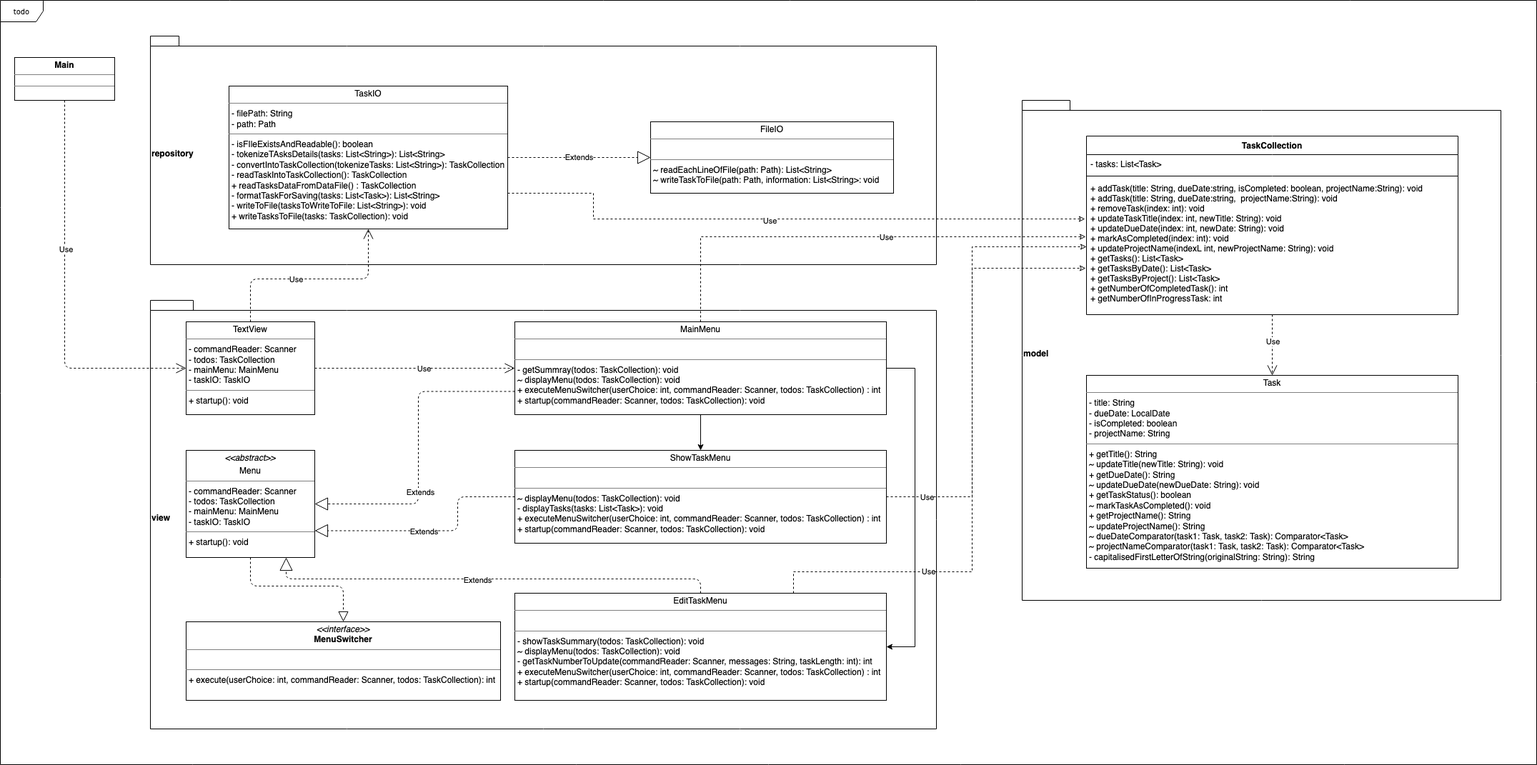
Before: Class Diagram.png, a diagram exported from draw.io (estherchee/ToDo). Source tidied: cells renumbered, new cells last; positions are measured from the earlier drawing's top-left corner, leaving out a move shared by most shapes.
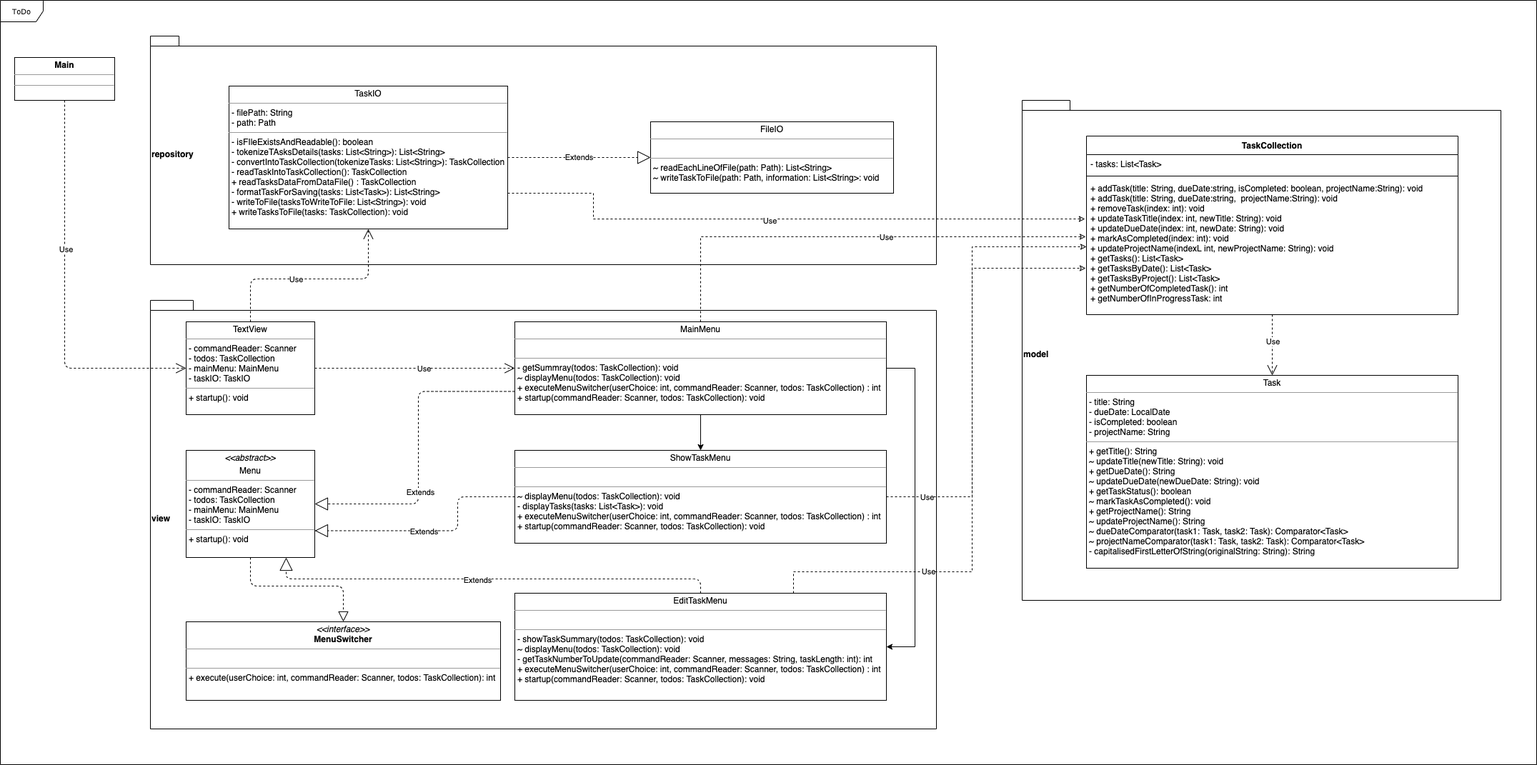
The same file after the commit.

Change to the diagram source:
```diff
@@ -2,7 +2,7 @@
   <root>
     <mxCell id="0" />
     <mxCell id="1" parent="0" />
-    <mxCell id="2" value="todo" style="shape=umlFrame;whiteSpace=wrap;html=1;rounded=0;shadow=0;comic=0;labelBackgroundColor=none;strokeWidth=1;fontFamily=Verdana;fontSize=10;align=center;" parent="1" vertex="1">
+    <mxCell id="2" value="ToDo" style="shape=umlFrame;whiteSpace=wrap;html=1;rounded=0;shadow=0;comic=0;labelBackgroundColor=none;strokeWidth=1;fontFamily=Verdana;fontSize=10;align=center;" parent="1" vertex="1">
       <mxGeometry width="2150" height="1070" as="geometry" />
     </mxCell>
     <mxCell id="3" value="model" style="shape=folder;fontStyle=1;spacingTop=10;tabWidth=40;tabHeight=14;tabPosition=left;html=1;align=left;" parent="1" vertex="1">
```
